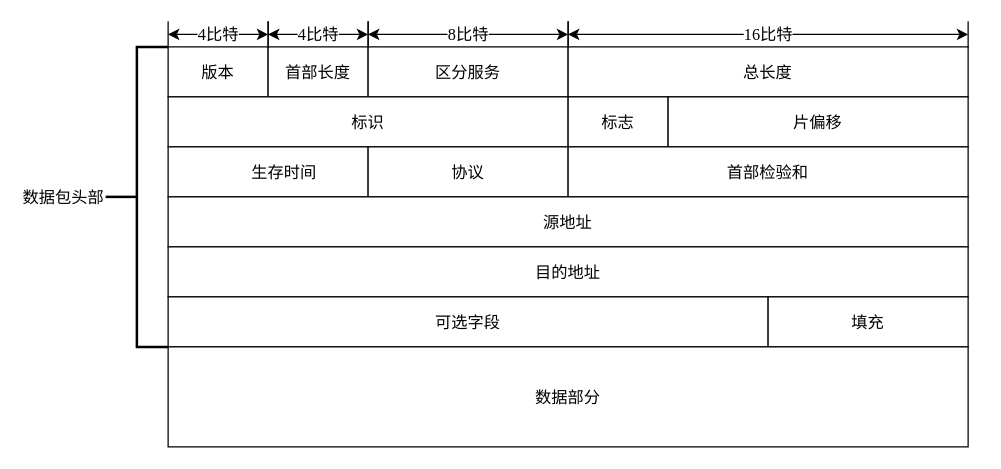
Before: page "IPV4" (22 of 39) of Bakery.drawio in CHRIS123540/CHRIS123540, a draw.io diagram. Source tidied: cells renumbered, new cells numbered last; positions are measured from the earlier drawing's top-left corner, leaving out a move shared by most shapes. Both pictures are drawn from the tidied source at 125%, with x=0, y=0 at pixel (105, 21).
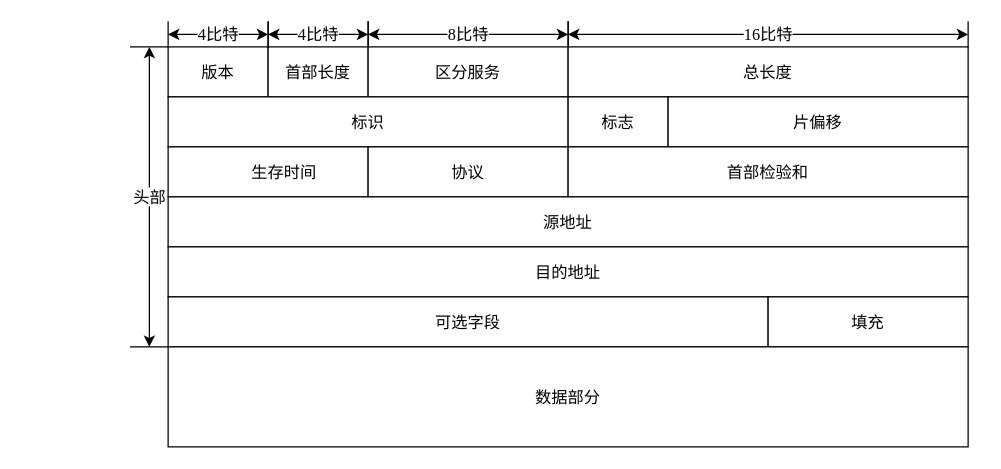
The same diagram, later.

The edit, as a diff of the source:
```diff
@@
-    <mxCell id="17" value="数据包头部" style="strokeWidth=2;html=1;shape=mxgraph.flowchart.annotation_2;align=right;labelPosition=left;verticalAlign=middle;verticalLabelPosition=middle;fontFamily=Times New Roman;fontSize=13;" parent="1" vertex="1">
-      <mxGeometry y="20" width="50" height="240" as="geometry" />
-    </mxCell>
@@
+    <mxCell id="26" style="shape=partialRectangle;whiteSpace=wrap;html=1;top=0;bottom=0;fillColor=none;fontFamily=Times New Roman;fontSize=13;direction=south;" parent="1" vertex="1">
+      <mxGeometry x="20" y="20" width="30" height="240" as="geometry" />
+    </mxCell>
+    <mxCell id="27" value="头部" style="endArrow=classic;startArrow=classic;html=1;rounded=0;exitX=1;exitY=0.5;exitDx=0;exitDy=0;entryX=0;entryY=0.5;entryDx=0;entryDy=0;fontFamily=Times New Roman;fontSize=13;elbow=vertical;" parent="1" edge="1" source="26" target="26">
+      <mxGeometry relative="1" as="geometry" />
+    </mxCell>
```
